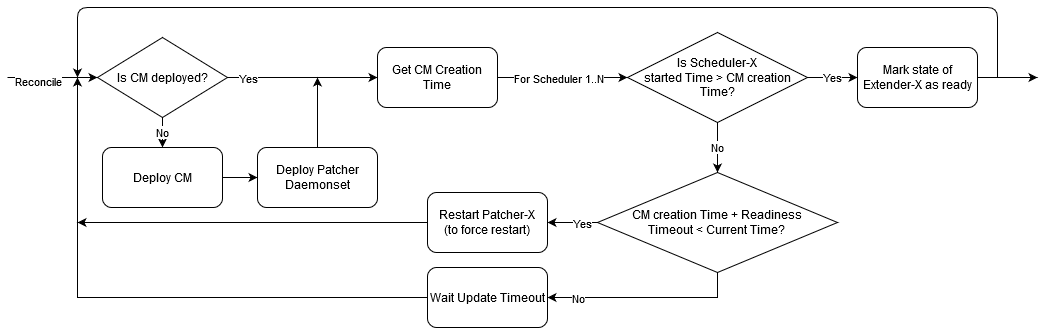
This is docs/proposals/images/Operator_vanilla_flow.png from dell/csi-baremetal, a draw.io export, as it was before one commit. Source tidied: cells renumbered, new cells last; positions are measured from the earlier drawing's top-left corner, leaving out a move shared by most shapes.
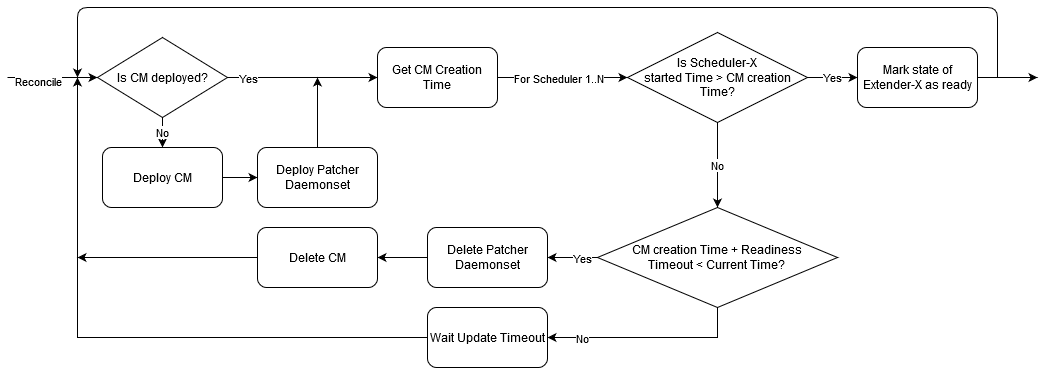
Above is the later version.

Change to the diagram source:
```diff
@@ -82,7 +82,7 @@
       </mxGeometry>
     </mxCell>
     <mxCell id="22" value="Wait Update Timeout" style="rounded=1;whiteSpace=wrap;html=1;" parent="1" vertex="1">
-      <mxGeometry x="420" y="260" width="120" height="60" as="geometry" />
+      <mxGeometry x="420" y="300" width="120" height="60" as="geometry" />
     </mxCell>
     <mxCell id="23" style="edgeStyle=orthogonalEdgeStyle;rounded=0;jettySize=auto;html=1;exitX=0;exitY=0.5;exitDx=0;exitDy=0;entryX=1;entryY=0.5;entryDx=0;entryDy=0;" parent="1" edge="1" source="25" target="27">
       <mxGeometry relative="1" as="geometry" />
@@ -91,15 +91,13 @@
       <mxGeometry x="-0.34" relative="1" as="geometry" />
     </mxCell>
     <mxCell id="25" value="&lt;div&gt;CM creation Time + Readiness &lt;br&gt;&lt;/div&gt;&lt;div&gt;Timeout &amp;lt; Current Time?&lt;/div&gt;" style="rhombus;whiteSpace=wrap;html=1;" parent="1" vertex="1">
-      <mxGeometry x="590" y="165" width="240" height="100" as="geometry" />
+      <mxGeometry x="590" y="200" width="240" height="100" as="geometry" />
     </mxCell>
-    <mxCell id="26" style="edgeStyle=orthogonalEdgeStyle;rounded=0;jettySize=auto;html=1;exitX=0;exitY=0.5;exitDx=0;exitDy=0;" parent="1" edge="1" source="27">
-      <mxGeometry relative="1" as="geometry">
-        <mxPoint x="70" y="215" as="targetPoint" />
-      </mxGeometry>
-    </mxCell>
+    <mxCell id="30" style="edgeStyle=orthogonalEdgeStyle;rounded=0;jettySize=auto;html=1;exitX=0;exitY=0.5;exitDx=0;exitDy=0;entryX=1;entryY=0.5;entryDx=0;entryDy=0;" parent="1" edge="1" source="27" target="32">
+      <mxGeometry relative="1" as="geometry" />
+    </mxCell>
-    <mxCell id="27" value="&lt;div&gt;Restart Patcher-X&lt;/div&gt;&lt;div&gt;(to force restart)&lt;br&gt;&lt;/div&gt;" style="rounded=1;whiteSpace=wrap;html=1;" parent="1" vertex="1">
-      <mxGeometry x="420" y="185" width="120" height="60" as="geometry" />
+    <mxCell id="27" value="Delete Patcher Daemonset" style="rounded=1;whiteSpace=wrap;html=1;" parent="1" vertex="1">
+      <mxGeometry x="420" y="220" width="120" height="60" as="geometry" />
     </mxCell>
     <mxCell id="28" style="edgeStyle=orthogonalEdgeStyle;rounded=0;jettySize=auto;html=1;exitX=0.5;exitY=0;exitDx=0;exitDy=0;" parent="1" edge="1" source="29">
       <mxGeometry relative="1" as="geometry">
@@ -109,5 +107,13 @@
     <mxCell id="29" value="Deploy Patcher Daemonset" style="rounded=1;whiteSpace=wrap;html=1;" parent="1" vertex="1">
       <mxGeometry x="250" y="140" width="120" height="60" as="geometry" />
     </mxCell>
+    <mxCell id="31" style="edgeStyle=orthogonalEdgeStyle;rounded=0;jettySize=auto;html=1;exitX=0;exitY=0.5;exitDx=0;exitDy=0;" parent="1" edge="1" source="32">
+      <mxGeometry relative="1" as="geometry">
+        <mxPoint x="70" y="250" as="targetPoint" />
+      </mxGeometry>
+    </mxCell>
+    <mxCell id="32" value="Delete CM" style="rounded=1;whiteSpace=wrap;html=1;" parent="1" vertex="1">
+      <mxGeometry x="250" y="220" width="120" height="60" as="geometry" />
+    </mxCell>
   </root>
 </mxGraphModel>
```
